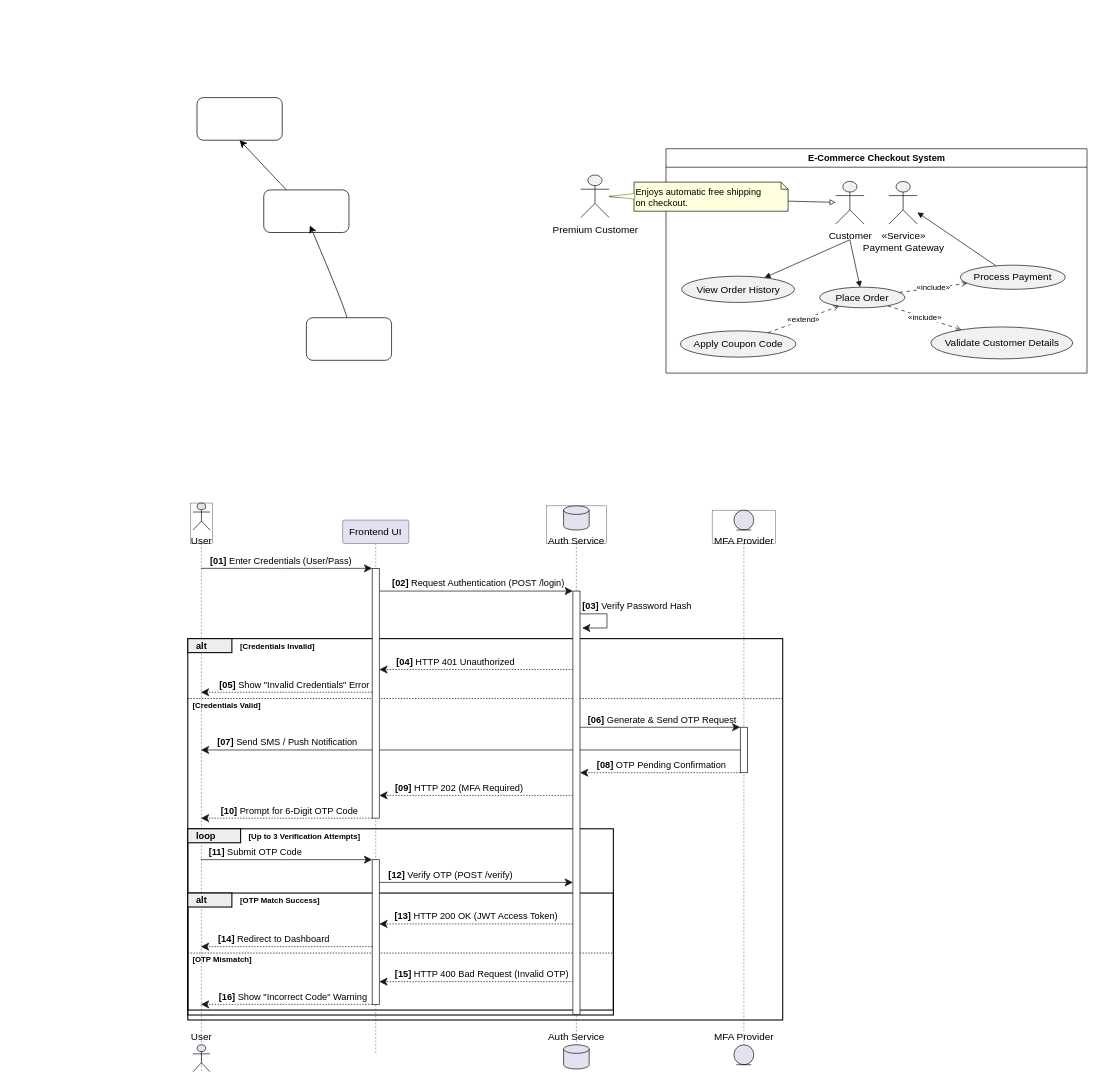
SE-Project-CTU/smart-recruitment-docs keeps this draw.io diagram as diagrams/usecase.drawio. Above is the earlier version. Source tidied: cells renumbered, new cells numbered last; positions are measured from the earlier drawing's top-left corner, leaving out a move shared by most shapes. Both pictures are drawn from the tidied source at 71%, with x=0, y=0 at pixel (12, 12).
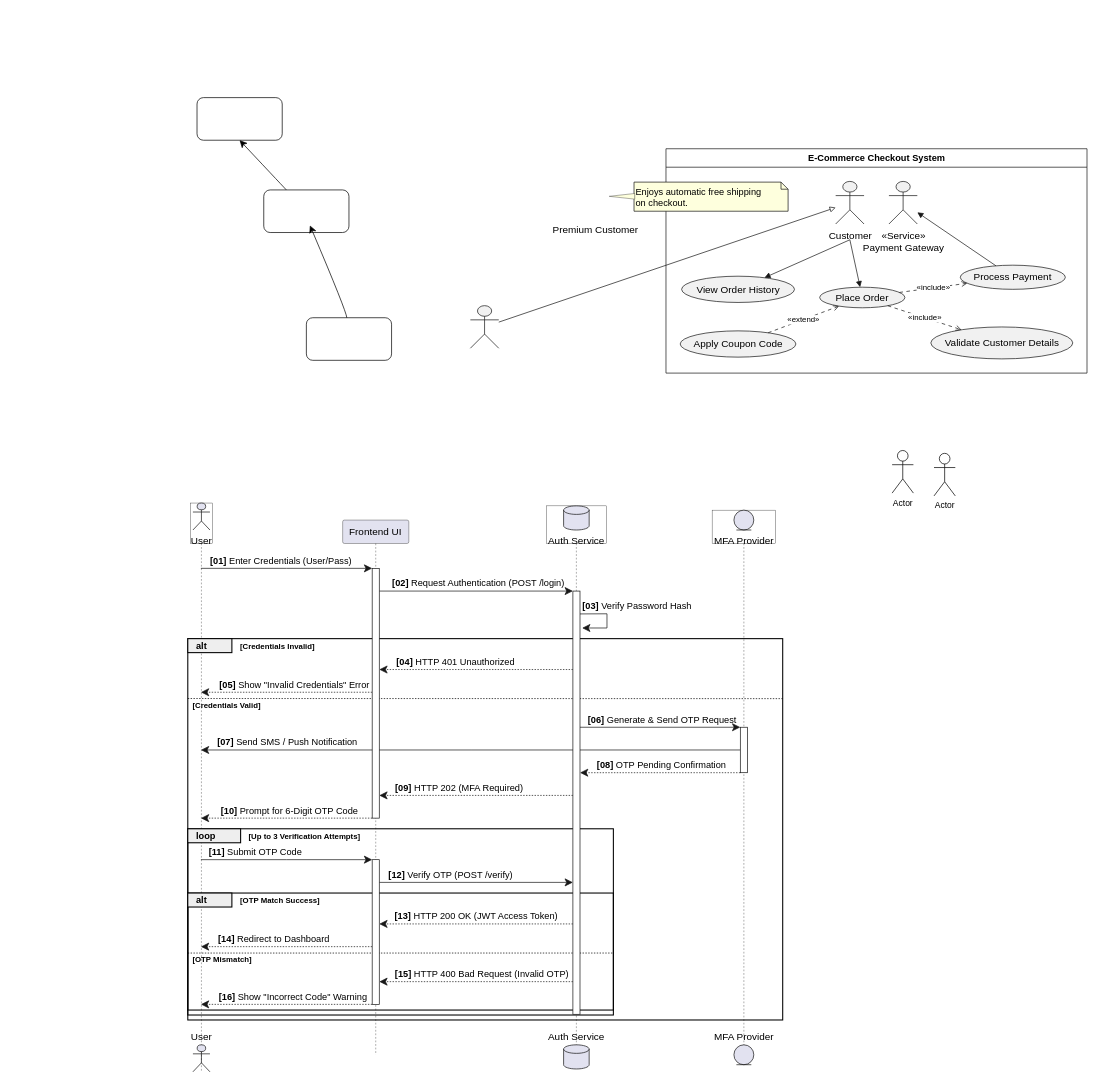
Above is the later version.

Commit message:
Cập nhật usecase.drawio

The change refers to these unchanged cells:
```xml
<mxCell id="7" style="group;transparentBounds=1;editIcon=1;lockedGroup=0;groupPadding=10;" parent="1" vertex="1">
  <mxGeometry as="geometry" />
</mxCell>
```

Change to the diagram source:
```diff
@@
     <mxCell id="24" style="shape=umlActor;html=1;fillColor=#F1F1F1;strokeColor=#181818;fontColor=#000000;fontSize=14;" parent="7" vertex="1">
-      <mxGeometry x="800.5" y="229" width="40" height="60" as="geometry" />
+      <mxGeometry x="645" y="413" width="40" height="60" as="geometry" />
     </mxCell>
@@
+    <mxCell id="74" value="Actor" style="shape=umlActor;verticalLabelPosition=bottom;verticalAlign=top;html=1;" parent="1" vertex="1">
+      <mxGeometry x="1239" y="617" width="30" height="60" as="geometry" />
+    </mxCell>
+    <mxCell id="75" value="Actor" style="shape=umlActor;verticalLabelPosition=bottom;verticalAlign=top;html=1;" parent="1" vertex="1">
+      <mxGeometry x="1298" y="621" width="30" height="60" as="geometry" />
+    </mxCell>
```
